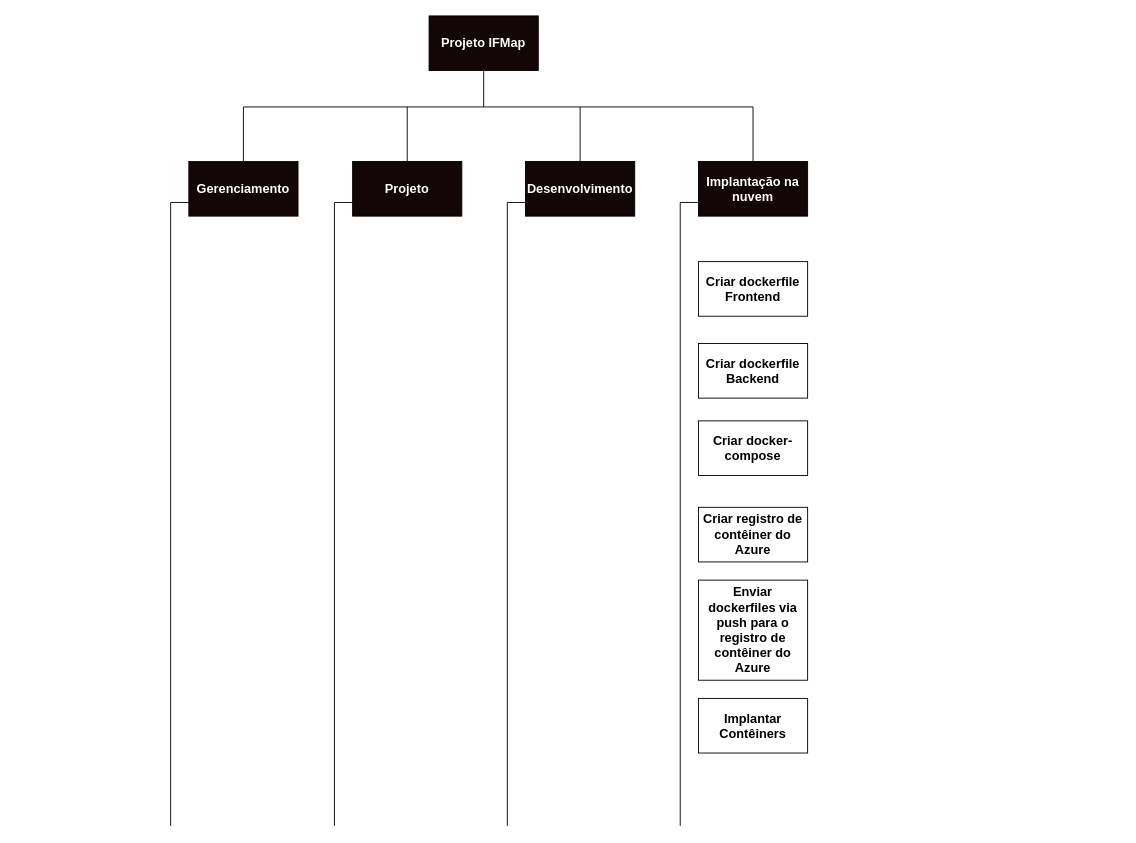
Before: docs/Diagramas/escopo EAP.drawio in MarVin17G/if-map, a draw.io diagram. Source tidied: cells renumbered, new cells numbered last; positions are measured from the earlier drawing's top-left corner, leaving out a move shared by most shapes. Both pictures are drawn from the tidied source at 91%, with x=0, y=0 at pixel (170, 15).
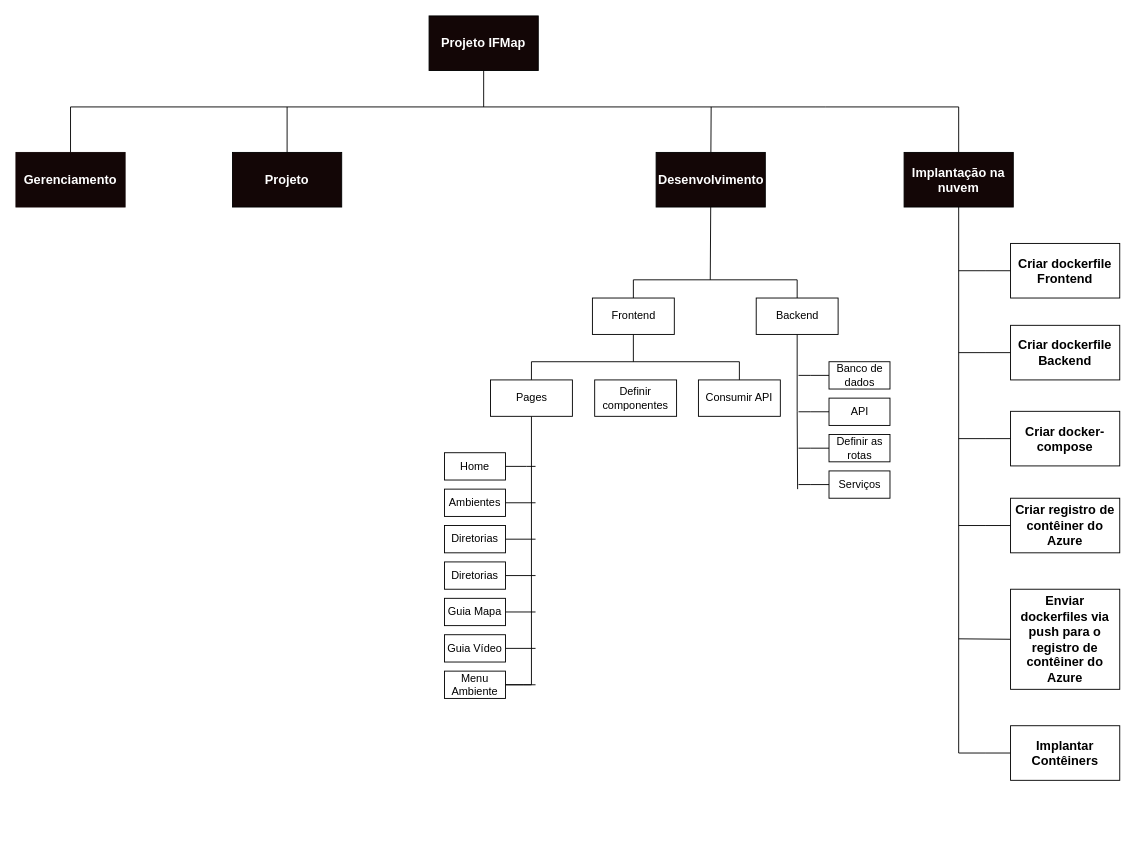
The same diagram, later.

Commit message (it also covers changes not shown here):
adicionando alteracao no doc de escopo EAP. fase de desenvolvimento.

The edit, as a diff of the source:
```diff
@@
     <mxCell id="4" style="edgeStyle=none;rounded=0;jettySize=auto;html=1;endArrow=none;endFill=0;" parent="1" edge="1" source="6">
       <mxGeometry relative="1" as="geometry">
-        <mxPoint x="80" y="100" as="targetPoint" />
+        <mxPoint x="-110" y="100" as="targetPoint" />
       </mxGeometry>
     </mxCell>
-    <mxCell id="5" style="edgeStyle=orthogonalEdgeStyle;rounded=0;jettySize=auto;html=1;exitX=0;exitY=0.75;exitDx=0;exitDy=0;endArrow=none;endFill=0;" parent="1" edge="1" source="6">
-      <mxGeometry relative="1" as="geometry">
-        <mxPoint y="890" as="targetPoint" />
-      </mxGeometry>
-    </mxCell>
     <mxCell id="6" value="&lt;font style=&quot;font-size: 14px;&quot; color=&quot;#ffffff&quot;&gt;&lt;b&gt;Gerenciamento&lt;/b&gt;&lt;/font&gt;" style="rounded=0;whiteSpace=wrap;html=1;strokeColor=#130606;fillColor=#130606;" parent="1" vertex="1">
-      <mxGeometry x="20" y="160" width="120" height="60" as="geometry" />
+      <mxGeometry x="-170" y="150" width="120" height="60" as="geometry" />
     </mxCell>
     <mxCell id="7" style="edgeStyle=none;rounded=0;jettySize=auto;html=1;endArrow=none;endFill=0;" parent="1" edge="1" source="9">
       <mxGeometry relative="1" as="geometry">
-        <mxPoint x="260" y="100" as="targetPoint" />
+        <mxPoint x="128" y="100" as="targetPoint" />
       </mxGeometry>
     </mxCell>
-    <mxCell id="8" style="edgeStyle=orthogonalEdgeStyle;rounded=0;jettySize=auto;html=1;exitX=0;exitY=0.75;exitDx=0;exitDy=0;endArrow=none;endFill=0;" parent="1" edge="1" source="9">
-      <mxGeometry relative="1" as="geometry">
-        <mxPoint x="180" y="890" as="targetPoint" />
-        <Array as="points">
-          <mxPoint x="180" y="205" />
-          <mxPoint x="180" y="890" />
-        </Array>
-      </mxGeometry>
-    </mxCell>
     <mxCell id="9" value="&lt;font style=&quot;font-size: 14px;&quot; color=&quot;#ffffff&quot;&gt;&lt;b&gt;Projeto&lt;/b&gt;&lt;/font&gt;" style="rounded=0;whiteSpace=wrap;html=1;fillColor=#130606;" parent="1" vertex="1">
-      <mxGeometry x="200" y="160" width="120" height="60" as="geometry" />
+      <mxGeometry x="68" y="150" width="120" height="60" as="geometry" />
     </mxCell>
     <mxCell id="10" style="edgeStyle=none;rounded=0;jettySize=auto;html=1;endArrow=none;endFill=0;" parent="1" edge="1" source="12">
       <mxGeometry relative="1" as="geometry">
-        <mxPoint x="450" y="100" as="targetPoint" />
+        <mxPoint x="594" y="100" as="targetPoint" />
       </mxGeometry>
     </mxCell>
-    <mxCell id="11" style="edgeStyle=orthogonalEdgeStyle;rounded=0;jettySize=auto;html=1;exitX=0;exitY=0.75;exitDx=0;exitDy=0;endArrow=none;endFill=0;" parent="1" edge="1" source="12">
-      <mxGeometry relative="1" as="geometry">
-        <mxPoint x="370" y="890" as="targetPoint" />
-        <Array as="points">
-          <mxPoint x="370" y="205" />
-          <mxPoint x="370" y="890" />
-        </Array>
-      </mxGeometry>
-    </mxCell>
+    <mxCell id="23" style="edgeStyle=orthogonalEdgeStyle;rounded=0;jettySize=auto;html=1;exitX=0.5;exitY=1;exitDx=0;exitDy=0;endArrow=none;endFill=0;" parent="1" edge="1" source="12">
+      <mxGeometry relative="1" as="geometry">
+        <mxPoint x="593" y="290" as="targetPoint" />
+      </mxGeometry>
+    </mxCell>
     <mxCell id="12" value="&lt;font style=&quot;font-size: 14px;&quot; color=&quot;#ffffff&quot;&gt;&lt;b&gt;Desenvolvimento&lt;/b&gt;&lt;/font&gt;" style="rounded=0;whiteSpace=wrap;html=1;fillColor=#130606;" parent="1" vertex="1">
-      <mxGeometry x="390" y="160" width="120" height="60" as="geometry" />
+      <mxGeometry x="533.5" y="150" width="120" height="60" as="geometry" />
     </mxCell>
     <mxCell id="13" style="edgeStyle=none;rounded=0;jettySize=auto;html=1;startArrow=none;startFill=0;endArrow=none;endFill=0;" parent="1" edge="1" source="15">
       <mxGeometry relative="1" as="geometry">
         <mxPoint x="640" y="100" as="targetPoint" />
+        <Array as="points">
+          <mxPoint x="866" y="100" />
+          <mxPoint x="720" y="100" />
+        </Array>
       </mxGeometry>
     </mxCell>
-    <mxCell id="14" style="edgeStyle=orthogonalEdgeStyle;rounded=0;jettySize=auto;html=1;exitX=0;exitY=0.75;exitDx=0;exitDy=0;endArrow=none;endFill=0;" parent="1" edge="1" source="15">
-      <mxGeometry relative="1" as="geometry">
-        <mxPoint x="560" y="890" as="targetPoint" />
-        <Array as="points">
-          <mxPoint x="560" y="205" />
-          <mxPoint x="560" y="890" />
-        </Array>
-      </mxGeometry>
-    </mxCell>
+    <mxCell id="24" style="edgeStyle=orthogonalEdgeStyle;rounded=0;jettySize=auto;html=1;exitX=0.5;exitY=1;exitDx=0;exitDy=0;endArrow=none;endFill=0;" parent="1" edge="1" source="15">
+      <mxGeometry relative="1" as="geometry">
+        <mxPoint x="866" y="810" as="targetPoint" />
+        <Array as="points">
+          <mxPoint x="866" y="810" />
+          <mxPoint x="866" y="810" />
+        </Array>
+      </mxGeometry>
+    </mxCell>
     <mxCell id="15" value="&lt;font style=&quot;font-size: 14px;&quot; color=&quot;#ffffff&quot;&gt;&lt;b&gt;Implantação na nuvem&lt;/b&gt;&lt;/font&gt;" style="rounded=0;whiteSpace=wrap;html=1;fillColor=#130606;" parent="1" vertex="1">
-      <mxGeometry x="580" y="160" width="120" height="60" as="geometry" />
+      <mxGeometry x="806" y="150" width="120" height="60" as="geometry" />
     </mxCell>
     <mxCell id="16" style="endArrow=none;html=1;rounded=0;" parent="1" edge="1">
       <mxGeometry relative="1" as="geometry">
-        <mxPoint x="80" y="100" as="sourcePoint" />
+        <mxPoint x="-110" y="100" as="sourcePoint" />
         <mxPoint x="640" y="100" as="targetPoint" />
       </mxGeometry>
     </mxCell>
+    <mxCell id="25" style="edgeStyle=orthogonalEdgeStyle;rounded=0;jettySize=auto;html=1;endArrow=none;endFill=0;" parent="1" edge="1" source="17">
+      <mxGeometry relative="1" as="geometry">
+        <mxPoint x="866" y="280" as="targetPoint" />
+      </mxGeometry>
+    </mxCell>
     <mxCell id="17" value="&lt;font style=&quot;font-size: 14px;&quot;&gt;&lt;b style=&quot;&quot;&gt;Criar dockerfile&lt;br&gt;Frontend&lt;br&gt;&lt;/b&gt;&lt;/font&gt;" style="rounded=0;whiteSpace=wrap;html=1;" parent="1" vertex="1">
-      <mxGeometry x="580" y="270" width="120" height="60" as="geometry" />
+      <mxGeometry x="923" y="250" width="120" height="60" as="geometry" />
     </mxCell>
+    <mxCell id="26" style="edgeStyle=orthogonalEdgeStyle;rounded=0;jettySize=auto;html=1;endArrow=none;endFill=0;" parent="1" edge="1" source="18">
+      <mxGeometry relative="1" as="geometry">
+        <mxPoint x="866" y="370" as="targetPoint" />
+      </mxGeometry>
+    </mxCell>
     <mxCell id="18" value="&lt;font style=&quot;font-size: 14px;&quot;&gt;&lt;b style=&quot;&quot;&gt;Criar dockerfile&lt;br&gt;Backend&lt;br&gt;&lt;/b&gt;&lt;/font&gt;" style="rounded=0;whiteSpace=wrap;html=1;" parent="1" vertex="1">
-      <mxGeometry x="580" y="360" width="120" height="60" as="geometry" />
+      <mxGeometry x="923" y="340" width="120" height="60" as="geometry" />
     </mxCell>
+    <mxCell id="27" style="edgeStyle=orthogonalEdgeStyle;rounded=0;jettySize=auto;html=1;endArrow=none;endFill=0;" parent="1" edge="1" source="19">
+      <mxGeometry relative="1" as="geometry">
+        <mxPoint x="866" y="464.5" as="targetPoint" />
+      </mxGeometry>
+    </mxCell>
     <mxCell id="19" value="&lt;font style=&quot;font-size: 14px;&quot;&gt;&lt;b style=&quot;&quot;&gt;Criar docker-compose&lt;br&gt;&lt;/b&gt;&lt;/font&gt;" style="rounded=0;whiteSpace=wrap;html=1;" parent="1" vertex="1">
-      <mxGeometry x="580" y="445" width="120" height="60" as="geometry" />
+      <mxGeometry x="923" y="434.5" width="120" height="60" as="geometry" />
     </mxCell>
+    <mxCell id="28" style="edgeStyle=orthogonalEdgeStyle;rounded=0;jettySize=auto;html=1;endArrow=none;endFill=0;" parent="1" edge="1" source="20">
+      <mxGeometry relative="1" as="geometry">
+        <mxPoint x="866" y="560" as="targetPoint" />
+      </mxGeometry>
+    </mxCell>
     <mxCell id="20" value="&lt;font style=&quot;font-size: 14px;&quot;&gt;&lt;b style=&quot;&quot;&gt;Criar registro de contêiner do Azure&lt;br&gt;&lt;/b&gt;&lt;/font&gt;" style="rounded=0;whiteSpace=wrap;html=1;" parent="1" vertex="1">
-      <mxGeometry x="580" y="540" width="120" height="60" as="geometry" />
+      <mxGeometry x="923" y="530" width="120" height="60" as="geometry" />
     </mxCell>
+    <mxCell id="29" style="edgeStyle=orthogonalEdgeStyle;rounded=0;jettySize=auto;html=1;exitX=0;exitY=0.5;exitDx=0;exitDy=0;endArrow=none;endFill=0;" parent="1" edge="1" source="21">
+      <mxGeometry relative="1" as="geometry">
+        <mxPoint x="866" y="684.5" as="targetPoint" />
+      </mxGeometry>
+    </mxCell>
     <mxCell id="21" value="&lt;font style=&quot;font-size: 14px;&quot;&gt;&lt;b style=&quot;&quot;&gt;Enviar dockerfiles via push para o registro de contêiner do Azure&lt;br&gt;&lt;/b&gt;&lt;/font&gt;" style="rounded=0;whiteSpace=wrap;html=1;" parent="1" vertex="1">
-      <mxGeometry x="580" y="620" width="120" height="110" as="geometry" />
+      <mxGeometry x="923" y="630" width="120" height="110" as="geometry" />
     </mxCell>
+    <mxCell id="30" style="edgeStyle=orthogonalEdgeStyle;rounded=0;jettySize=auto;html=1;endArrow=none;endFill=0;" parent="1" edge="1" source="22">
+      <mxGeometry relative="1" as="geometry">
+        <mxPoint x="866" y="810" as="targetPoint" />
+      </mxGeometry>
+    </mxCell>
     <mxCell id="22" value="&lt;font style=&quot;font-size: 14px;&quot;&gt;&lt;b style=&quot;&quot;&gt;Implantar Contêiners&lt;br&gt;&lt;/b&gt;&lt;/font&gt;" style="rounded=0;whiteSpace=wrap;html=1;" parent="1" vertex="1">
-      <mxGeometry x="580" y="750" width="120" height="60" as="geometry" />
+      <mxGeometry x="923" y="780" width="120" height="60" as="geometry" />
     </mxCell>
+    <mxCell id="31" style="edgeStyle=orthogonalEdgeStyle;rounded=0;jettySize=auto;html=1;exitX=0.5;exitY=0;exitDx=0;exitDy=0;entryX=0.5;entryY=0;entryDx=0;entryDy=0;endArrow=none;endFill=0;" parent="1" edge="1" source="33" target="35">
+      <mxGeometry relative="1" as="geometry" />
+    </mxCell>
+    <mxCell id="32" style="edgeStyle=orthogonalEdgeStyle;rounded=0;jettySize=auto;html=1;exitX=0.5;exitY=1;exitDx=0;exitDy=0;endArrow=none;endFill=0;" parent="1" edge="1" source="33">
+      <mxGeometry relative="1" as="geometry">
+        <mxPoint x="508.5" y="380" as="targetPoint" />
+      </mxGeometry>
+    </mxCell>
+    <mxCell id="33" value="Frontend" style="rounded=0;whiteSpace=wrap;html=1;" parent="1" vertex="1">
+      <mxGeometry x="463.5" y="310" width="90" height="40" as="geometry" />
+    </mxCell>
+    <mxCell id="34" style="edgeStyle=orthogonalEdgeStyle;rounded=0;jettySize=auto;html=1;exitX=0.5;exitY=1;exitDx=0;exitDy=0;endArrow=none;endFill=0;" parent="1" edge="1" source="35">
+      <mxGeometry relative="1" as="geometry">
+        <mxPoint x="689" y="520" as="targetPoint" />
+        <Array as="points">
+          <mxPoint x="688" y="435" />
+          <mxPoint x="689" y="520" />
+        </Array>
+      </mxGeometry>
+    </mxCell>
+    <mxCell id="35" value="Backend" style="rounded=0;whiteSpace=wrap;html=1;" parent="1" vertex="1">
+      <mxGeometry x="643.5" y="310" width="90" height="40" as="geometry" />
+    </mxCell>
+    <mxCell id="36" style="edgeStyle=orthogonalEdgeStyle;rounded=0;jettySize=auto;html=1;exitX=0.5;exitY=0;exitDx=0;exitDy=0;entryX=0.5;entryY=0;entryDx=0;entryDy=0;endArrow=none;endFill=0;" parent="1" edge="1" source="38" target="39">
+      <mxGeometry relative="1" as="geometry" />
+    </mxCell>
+    <mxCell id="37" style="edgeStyle=orthogonalEdgeStyle;rounded=0;jettySize=auto;html=1;endArrow=none;endFill=0;entryX=1;entryY=0.5;entryDx=0;entryDy=0;" parent="1" edge="1" source="38" target="53">
+      <mxGeometry relative="1" as="geometry" />
+    </mxCell>
+    <mxCell id="38" value="Pages" style="rounded=0;whiteSpace=wrap;html=1;" parent="1" vertex="1">
+      <mxGeometry x="351.5" y="400" width="90" height="40" as="geometry" />
+    </mxCell>
+    <mxCell id="39" value="Consumir API" style="rounded=0;whiteSpace=wrap;html=1;" parent="1" vertex="1">
+      <mxGeometry x="580" y="400" width="90" height="40" as="geometry" />
+    </mxCell>
+    <mxCell id="40" style="edgeStyle=orthogonalEdgeStyle;rounded=0;jettySize=auto;html=1;endArrow=none;endFill=0;" parent="1" edge="1" source="41">
+      <mxGeometry relative="1" as="geometry">
+        <mxPoint x="401" y="495" as="targetPoint" />
+        <Array as="points">
+          <mxPoint x="391" y="495" />
+        </Array>
+      </mxGeometry>
+    </mxCell>
+    <mxCell id="41" value="Home" style="rounded=0;whiteSpace=wrap;html=1;" parent="1" vertex="1">
+      <mxGeometry x="301" y="480" width="67" height="30" as="geometry" />
+    </mxCell>
+    <mxCell id="42" style="edgeStyle=none;rounded=0;jettySize=auto;html=1;endArrow=none;endFill=0;" parent="1" edge="1" source="43">
+      <mxGeometry relative="1" as="geometry">
+        <mxPoint x="401" y="535" as="targetPoint" />
+      </mxGeometry>
+    </mxCell>
+    <mxCell id="43" value="Ambientes" style="rounded=0;whiteSpace=wrap;html=1;" parent="1" vertex="1">
+      <mxGeometry x="301" y="520" width="67" height="30" as="geometry" />
+    </mxCell>
+    <mxCell id="44" style="edgeStyle=none;rounded=0;jettySize=auto;html=1;endArrow=none;endFill=0;" parent="1" edge="1" source="45">
+      <mxGeometry relative="1" as="geometry">
+        <mxPoint x="401" y="575" as="targetPoint" />
+      </mxGeometry>
+    </mxCell>
+    <mxCell id="45" value="Diretorias" style="rounded=0;whiteSpace=wrap;html=1;" parent="1" vertex="1">
+      <mxGeometry x="301" y="560" width="67" height="30" as="geometry" />
+    </mxCell>
+    <mxCell id="46" style="edgeStyle=none;rounded=0;jettySize=auto;html=1;endArrow=none;endFill=0;" parent="1" edge="1" source="47">
+      <mxGeometry relative="1" as="geometry">
+        <mxPoint x="401" y="615" as="targetPoint" />
+      </mxGeometry>
+    </mxCell>
+    <mxCell id="47" value="Diretorias" style="rounded=0;whiteSpace=wrap;html=1;" parent="1" vertex="1">
+      <mxGeometry x="301" y="600" width="67" height="30" as="geometry" />
+    </mxCell>
+    <mxCell id="48" style="edgeStyle=none;rounded=0;jettySize=auto;html=1;endArrow=none;endFill=0;" parent="1" edge="1" source="49">
+      <mxGeometry relative="1" as="geometry">
+        <mxPoint x="401" y="655" as="targetPoint" />
+      </mxGeometry>
+    </mxCell>
+    <mxCell id="49" value="Guia Mapa" style="rounded=0;whiteSpace=wrap;html=1;" parent="1" vertex="1">
+      <mxGeometry x="301" y="640" width="67" height="30" as="geometry" />
+    </mxCell>
+    <mxCell id="50" style="edgeStyle=none;rounded=0;jettySize=auto;html=1;endArrow=none;endFill=0;" parent="1" edge="1" source="51">
+      <mxGeometry relative="1" as="geometry">
+        <mxPoint x="401" y="695" as="targetPoint" />
+      </mxGeometry>
+    </mxCell>
+    <mxCell id="51" value="Guia Vídeo" style="rounded=0;whiteSpace=wrap;html=1;" parent="1" vertex="1">
+      <mxGeometry x="301" y="680" width="67" height="30" as="geometry" />
+    </mxCell>
+    <mxCell id="52" style="edgeStyle=orthogonalEdgeStyle;rounded=0;jettySize=auto;html=1;endArrow=none;endFill=0;" parent="1" edge="1" source="53">
+      <mxGeometry relative="1" as="geometry">
+        <mxPoint x="401" y="735" as="targetPoint" />
+      </mxGeometry>
+    </mxCell>
+    <mxCell id="53" value="Menu Ambiente" style="rounded=0;whiteSpace=wrap;html=1;" parent="1" vertex="1">
+      <mxGeometry x="301" y="720" width="67" height="30" as="geometry" />
+    </mxCell>
+    <mxCell id="54" style="edgeStyle=orthogonalEdgeStyle;rounded=0;jettySize=auto;html=1;endArrow=none;endFill=0;" parent="1" edge="1" source="55">
+      <mxGeometry relative="1" as="geometry">
+        <mxPoint x="690" y="395" as="targetPoint" />
+      </mxGeometry>
+    </mxCell>
+    <mxCell id="55" value="Banco de dados" style="rounded=0;whiteSpace=wrap;html=1;" parent="1" vertex="1">
+      <mxGeometry x="723.5" y="380" width="67" height="30" as="geometry" />
+    </mxCell>
+    <mxCell id="56" style="edgeStyle=orthogonalEdgeStyle;rounded=0;jettySize=auto;html=1;endArrow=none;endFill=0;" parent="1" edge="1" source="57">
+      <mxGeometry relative="1" as="geometry">
+        <mxPoint x="690" y="435" as="targetPoint" />
+      </mxGeometry>
+    </mxCell>
+    <mxCell id="57" value="API" style="rounded=0;whiteSpace=wrap;html=1;" parent="1" vertex="1">
+      <mxGeometry x="723.5" y="420" width="67" height="30" as="geometry" />
+    </mxCell>
+    <mxCell id="58" style="edgeStyle=orthogonalEdgeStyle;rounded=0;jettySize=auto;html=1;endArrow=none;endFill=0;" parent="1" edge="1" source="59">
+      <mxGeometry relative="1" as="geometry">
+        <mxPoint x="690" y="475" as="targetPoint" />
+      </mxGeometry>
+    </mxCell>
+    <mxCell id="59" value="Definir as rotas" style="rounded=0;whiteSpace=wrap;html=1;" parent="1" vertex="1">
+      <mxGeometry x="723.5" y="460" width="67" height="30" as="geometry" />
+    </mxCell>
+    <mxCell id="60" style="edgeStyle=orthogonalEdgeStyle;rounded=0;jettySize=auto;html=1;endArrow=none;endFill=0;" parent="1" edge="1" source="61">
+      <mxGeometry relative="1" as="geometry">
+        <mxPoint x="690" y="515" as="targetPoint" />
+      </mxGeometry>
+    </mxCell>
+    <mxCell id="61" value="Serviços" style="rounded=0;whiteSpace=wrap;html=1;" parent="1" vertex="1">
+      <mxGeometry x="723.5" y="500" width="67" height="30" as="geometry" />
+    </mxCell>
+    <mxCell id="62" value="Definir componentes" style="rounded=0;whiteSpace=wrap;html=1;" parent="1" vertex="1">
+      <mxGeometry x="466" y="400" width="90" height="40" as="geometry" />
+    </mxCell>
```
